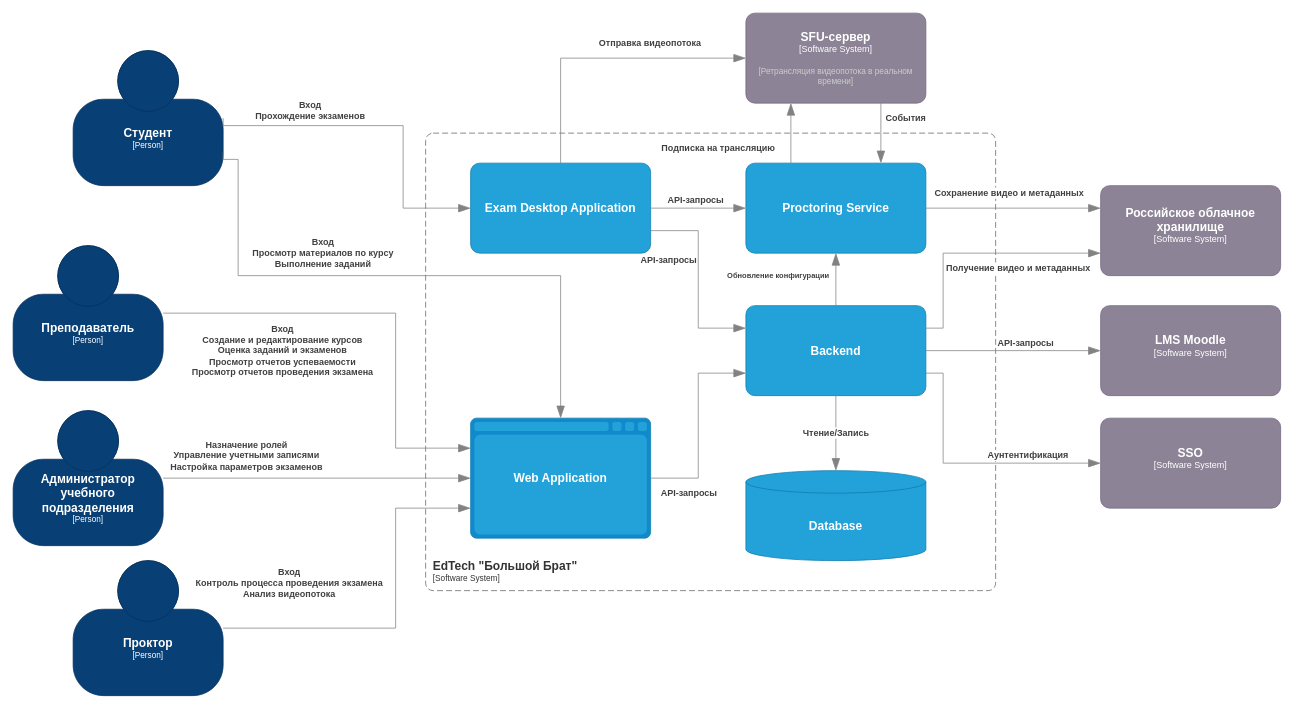
Above: src/drawio/c4-containers.drawio in Tulitanir/se-sstu-2026 (draw.io), before the change. Source tidied: cells renumbered, new cells numbered last; positions are measured from the earlier drawing's top-left corner, leaving out a move shared by most shapes. Both pictures are drawn from the tidied source at 75%, with x=0, y=0 at pixel (13, 13).
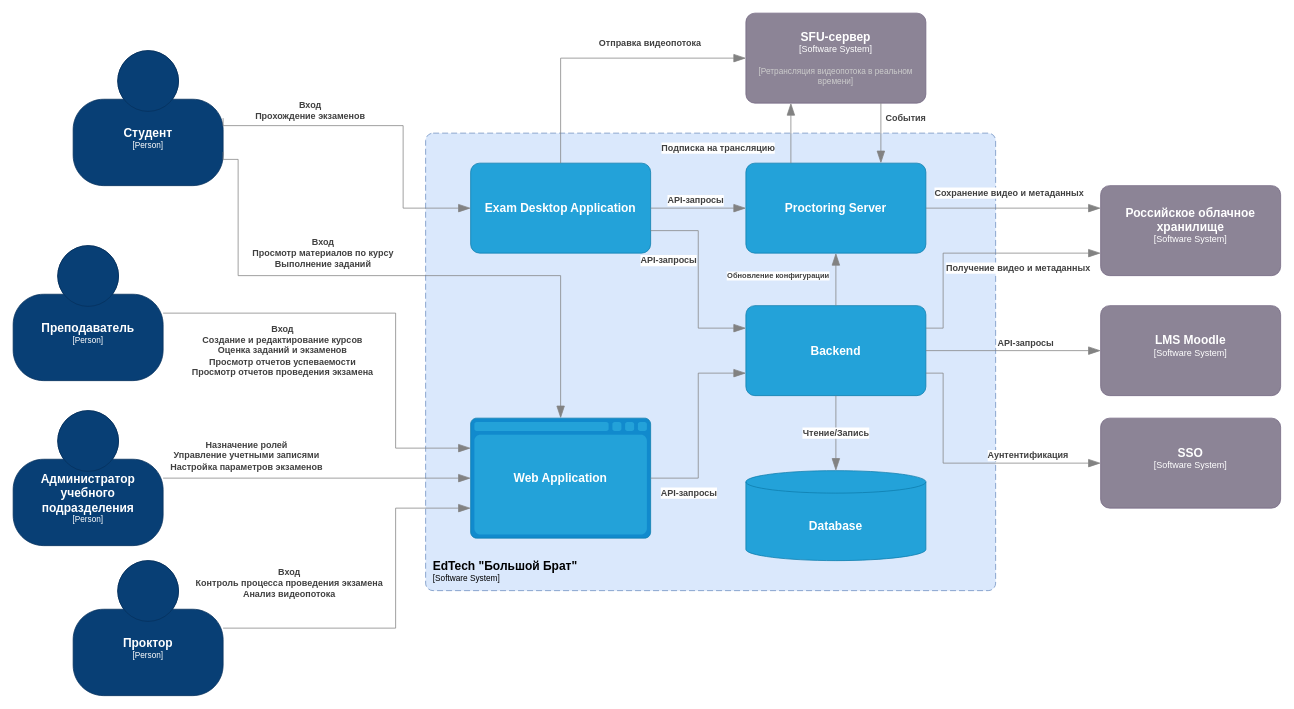
After the change.

The edit, as a diff of the source:
```diff
@@
     <object id="2" label="&lt;font style=&quot;font-size: 16px&quot;&gt;&lt;b&gt;&lt;div style=&quot;text-align: left&quot;&gt;%c4Name%&lt;/div&gt;&lt;/b&gt;&lt;/font&gt;&lt;div style=&quot;text-align: left&quot;&gt;[%c4Application%]&lt;/div&gt;" c4Application="Software System" c4Name="EdTech &quot;Большой Брат&quot;" placeholders="1">
-      <mxCell style="rounded=1;fontSize=11;whiteSpace=wrap;html=1;dashed=1;arcSize=20;fillColor=none;strokeColor=#666666;fontColor=#333333;labelBackgroundColor=none;align=left;verticalAlign=bottom;labelBorderColor=none;spacingTop=0;spacing=10;dashPattern=8 4;perimeter=rectanglePerimeter;noLabel=0;labelPadding=0;absoluteArcSize=1;" parent="1" vertex="1">
+      <mxCell style="rounded=1;fontSize=11;whiteSpace=wrap;html=1;dashed=1;arcSize=20;fillColor=#dae8fc;strokeColor=#6c8ebf;labelBackgroundColor=none;align=left;verticalAlign=bottom;labelBorderColor=none;spacingTop=0;spacing=10;dashPattern=8 4;perimeter=rectanglePerimeter;noLabel=0;labelPadding=0;absoluteArcSize=1;" parent="1" vertex="1">
         <mxGeometry x="550" y="160" width="760" height="610" as="geometry" />
       </mxCell>
     </object>
@@
-    <object id="5" label="&lt;font style=&quot;font-size: 16px&quot;&gt;&lt;b&gt;%c4Name%&lt;/b&gt;&lt;/font&gt;&lt;div&gt;" c4Name="Proctoring Service" placeholders="1">
+    <object id="5" label="&lt;font style=&quot;font-size: 16px&quot;&gt;&lt;b&gt;%c4Name%&lt;/b&gt;&lt;/font&gt;&lt;div&gt;" c4Name="Proctoring Server" placeholders="1">
       <mxCell style="rounded=1;whiteSpace=wrap;html=1;fontSize=11;labelBackgroundColor=none;fillColor=#23A2D9;fontColor=#ffffff;align=center;arcSize=10;strokeColor=#0E7DAD;points=[[0.25,0,0],[0.5,0,0],[0.75,0,0],[1,0.25,0],[1,0.5,0],[1,0.75,0],[0.75,1,0],[0.5,1,0],[0.25,1,0],[0,0.75,0],[0,0.5,0],[0,0.25,0]];" parent="1" vertex="1">
         <mxGeometry x="977" y="200" width="240" height="120" as="geometry" />
       </mxCell>
     </object>
```
